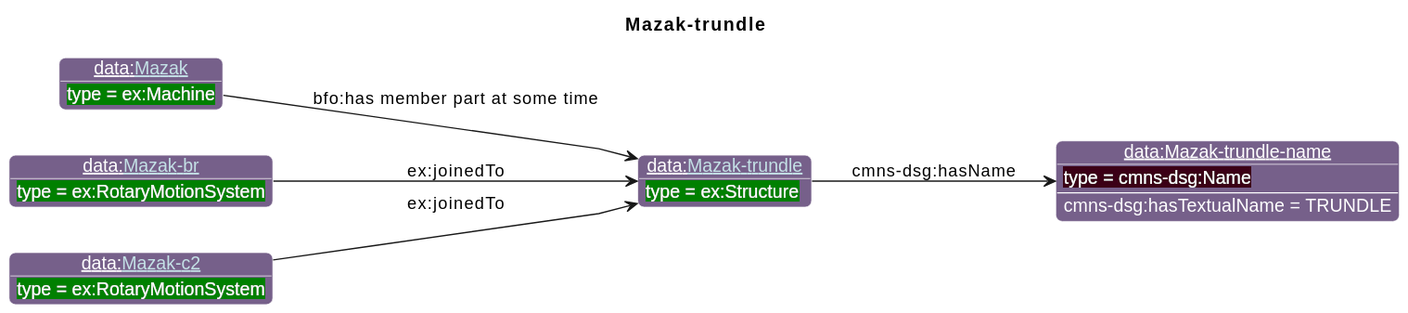
Above: diagrams/Mazak-trundle.svg in iofoundry/example-syseng-mtconnect (PlantUML), before the change.
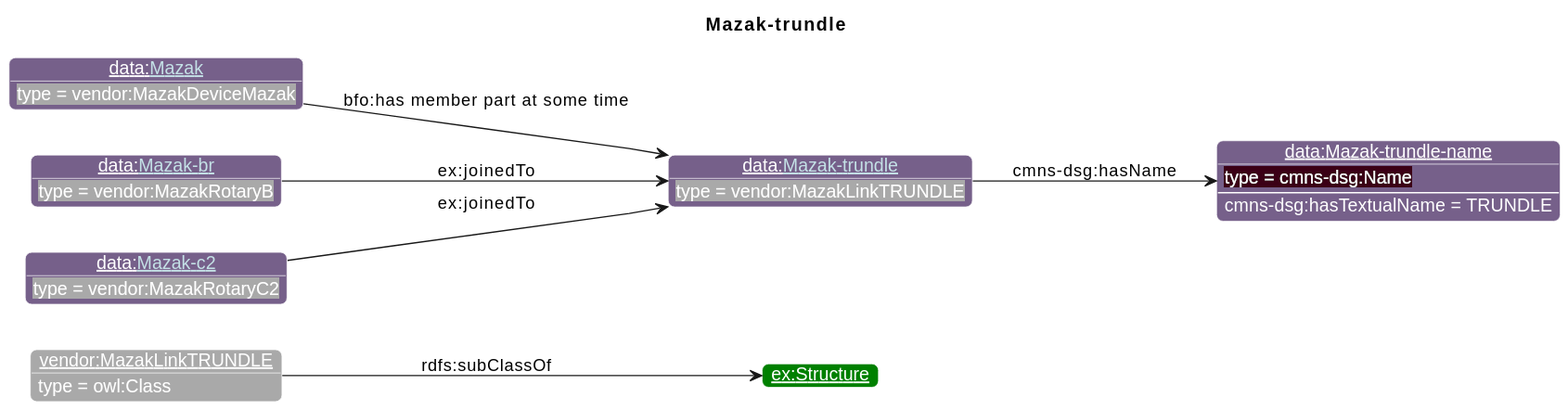
After the change.

What changed in the source:
```diff
@@ -19,14 +19,17 @@
                       "ns1":"76608A",
 "ex":"Green","data":"76608A","core":"000000","units":"8A2D3B","qp":"641B2E","cmns-dsg":"3A0519"
 }
-individual(o1, data:[[./Mazak-trundle.html Mazak-trundle]], ex:Structure)
-individual(o2, data:Mazak-trundle-name, cmns-dsg:Name)
-individual(o3, data:[[./Mazak.html Mazak]], ex:Machine)
-individual(o4, data:[[./Mazak-br.html Mazak-br]], ex:RotaryMotionSystem)
-individual(o5, data:[[./Mazak-c2.html Mazak-c2]], ex:RotaryMotionSystem)
-property(o1, cmns-dsg:hasName, o2)
-data(o2, cmns-dsg:hasTextualName, TRUNDLE)
-property(o3, "bfo:has member part at some time", o1)
-property(o4, ex:joinedTo, o1)
-property(o5, ex:joinedTo, o1)
+individual(o1, vendor:MazakLinkTRUNDLE, owl:Class)
+individual(o2, ex:Structure)
+individual(o3, data:[[./Mazak-trundle.html Mazak-trundle]], vendor:MazakLinkTRUNDLE)
+individual(o4, data:Mazak-trundle-name, cmns-dsg:Name)
+individual(o5, data:[[./Mazak.html Mazak]], vendor:MazakDeviceMazak)
+individual(o6, data:[[./Mazak-br.html Mazak-br]], vendor:MazakRotaryB)
+individual(o7, data:[[./Mazak-c2.html Mazak-c2]], vendor:MazakRotaryC2)
+property(o1, rdfs:subClassOf, o2)
+property(o3, cmns-dsg:hasName, o4)
+data(o4, cmns-dsg:hasTextualName, TRUNDLE)
+property(o5, "bfo:has member part at some time", o3)
+property(o6, ex:joinedTo, o3)
+property(o7, ex:joinedTo, o3)
 @enduml
```
